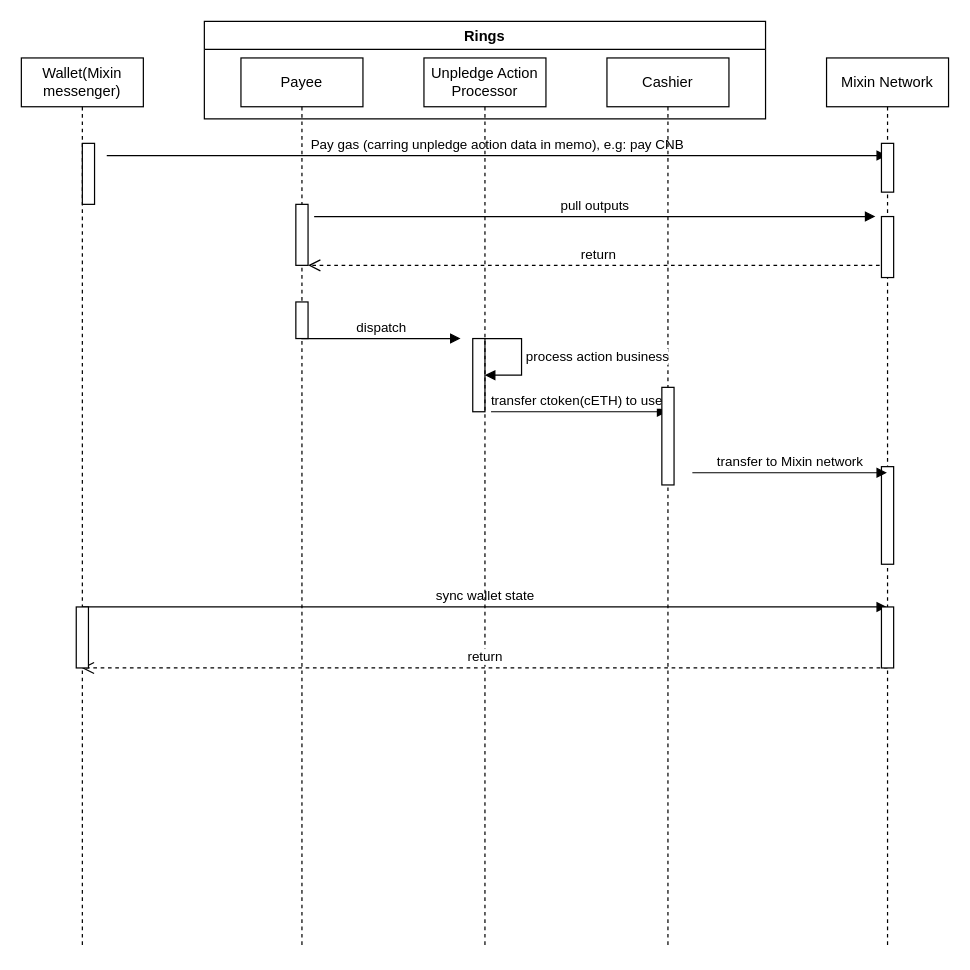
Earlier version of the draw.io diagram docs/images/tl_unpledge.drawio (fox-one/compound). Source tidied: cells renumbered, new cells numbered last; positions are measured from the earlier drawing's top-left corner, leaving out a move shared by most shapes. Both pictures are drawn from the tidied source at 122%, with x=0, y=0 at pixel (21, 21).
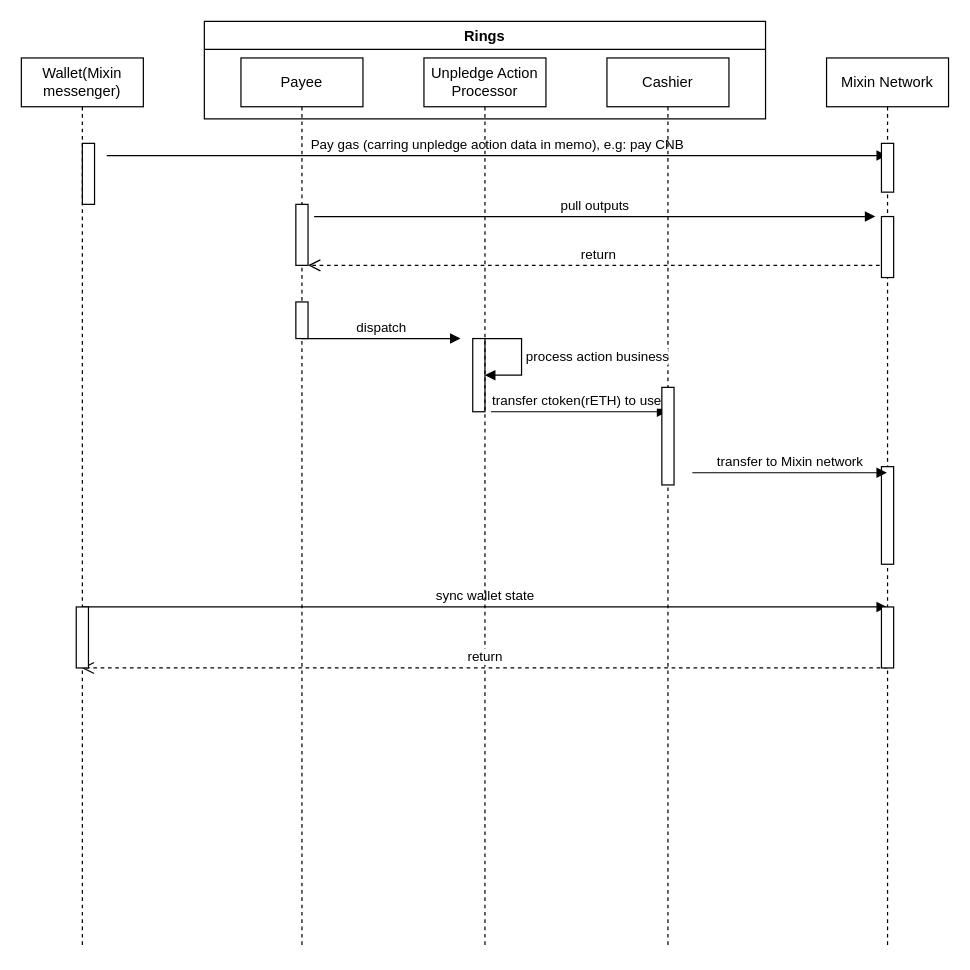
The same diagram, later.

Unchanged cells that the change refers to:
```xml
<mxCell id="9" value="Rings" style="swimlane;" parent="1" vertex="1">
  <mxGeometry x="150" width="460" height="80" as="geometry" />
</mxCell>
```

What changed in the source:
```diff
@@
-    <mxCell id="11" value="transfer ctoken(cETH) to user" style="html=1;verticalAlign=bottom;endArrow=block;" parent="9" edge="1">
+    <mxCell id="11" value="transfer ctoken(rETH) to user" style="html=1;verticalAlign=bottom;endArrow=block;" parent="9" edge="1">
       <mxGeometry relative="1" as="geometry">
         <mxPoint x="235" y="320" as="sourcePoint" />
         <mxPoint x="379.5" y="320" as="targetPoint" />
       </mxGeometry>
     </mxCell>
```
